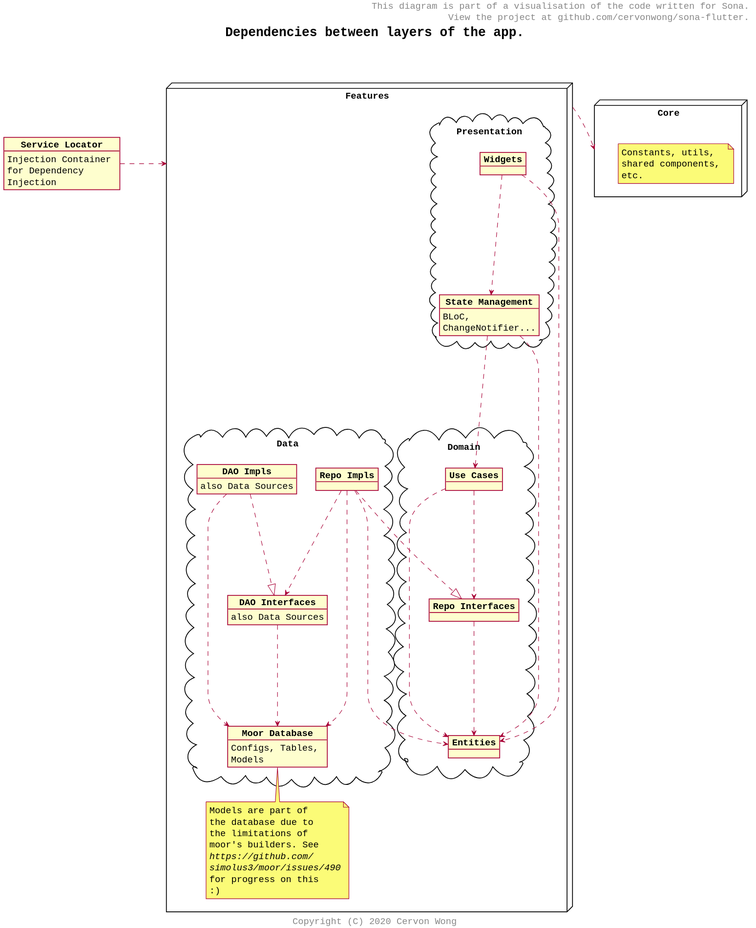
This is puml/architecture_dependencies.svg from cervonwong/sona-flutter, a PlantUML export, as it was before one commit.
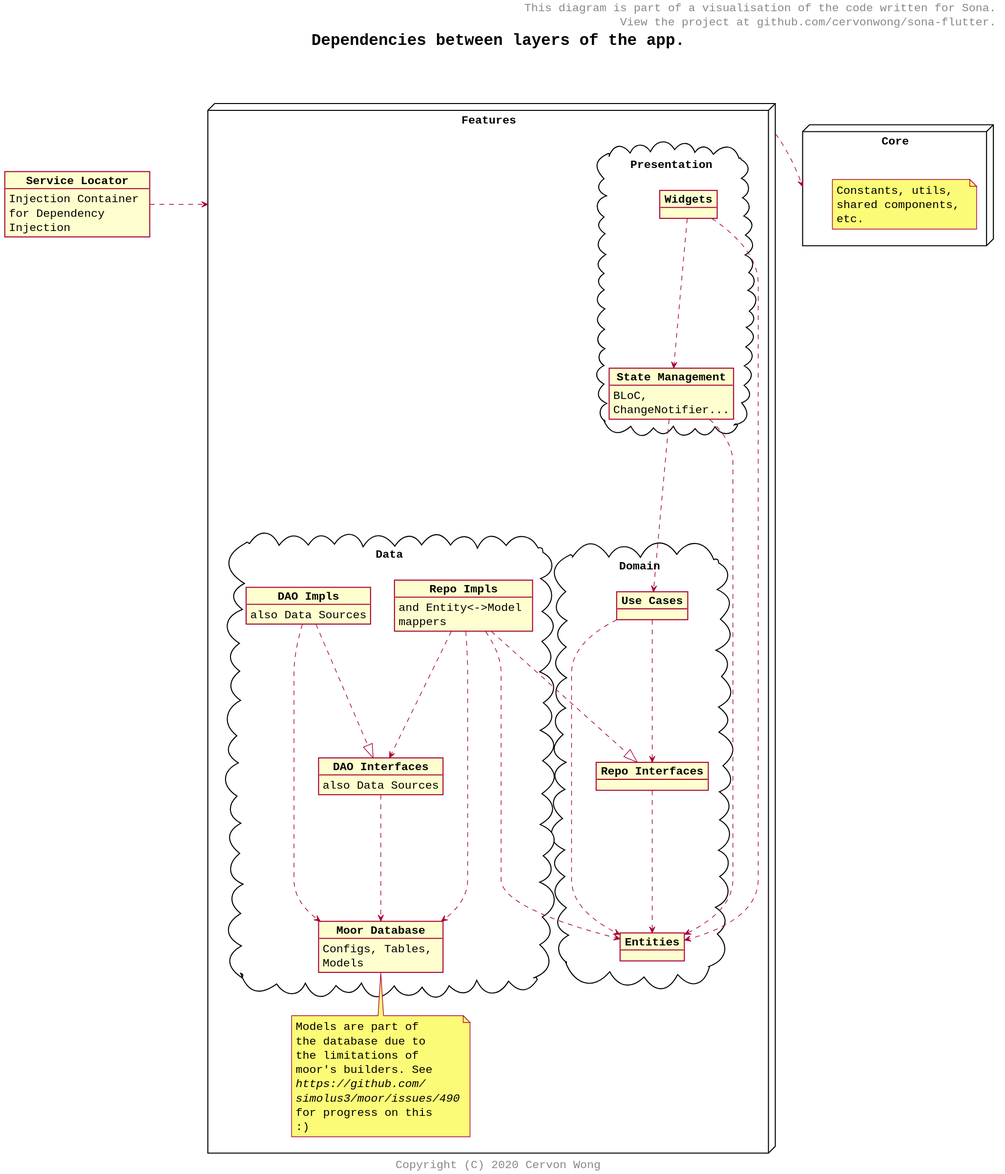
Above is the later version.

Commit message:
Docs(puml): Add more info on Entity<->Model mappers

Change to the diagram source:
```diff
@@ -31,7 +31,9 @@
 	}
 
 	package Data <<Cloud>> {
-		object "Repo Impls" as ri
+		object "Repo Impls" as ri {
+			and Entity<->Model mappers
+		}
 		object "DAO Impls" AS di {
 			also Data Sources
 		}
```
